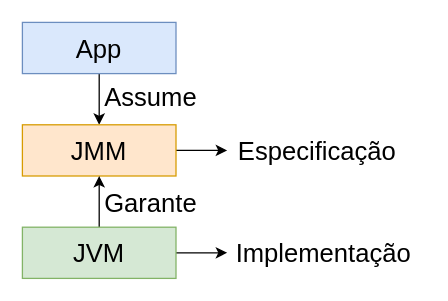
Before: page "JMM" (4 of 8) of 4th-semester/pc/docs/pc-diagrams.drawio in andre-j3sus/isel-leic-notes, a draw.io diagram. Source tidied: cells renumbered, new cells numbered last; positions are measured from the earlier drawing's top-left corner, leaving out a move shared by most shapes. Both pictures are drawn from the tidied source at 128%, with x=0, y=0 at pixel (22, 22).
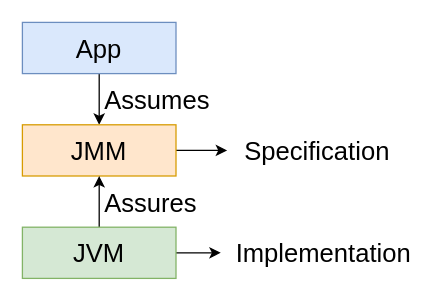
The same page after the edit.

Change to the diagram source:
```diff
@@
 <mxGraphModel>
   <root>
     <mxCell id="0" />
     <mxCell id="1" parent="0" />
     <mxCell id="2" style="edgeStyle=orthogonalEdgeStyle;rounded=0;jettySize=auto;html=1;entryX=0.5;entryY=0;entryDx=0;entryDy=0;fontSize=20;fontColor=#000000;strokeColor=#000000;" parent="1" edge="1" source="3" target="5">
       <mxGeometry relative="1" as="geometry" />
     </mxCell>
     <mxCell id="3" value="&lt;font style=&quot;font-size: 20px;&quot;&gt;App&lt;/font&gt;" style="rounded=0;whiteSpace=wrap;html=1;fontSize=14;fillColor=#dae8fc;strokeColor=#6c8ebf;" parent="1" vertex="1">
       <mxGeometry width="120" height="40" as="geometry" />
     </mxCell>
     <mxCell id="4" style="edgeStyle=orthogonalEdgeStyle;rounded=0;jettySize=auto;html=1;fontSize=20;fontColor=#000000;strokeColor=#000000;" parent="1" edge="1" source="5">
       <mxGeometry relative="1" as="geometry">
         <mxPoint x="160" y="100" as="targetPoint" />
       </mxGeometry>
     </mxCell>
     <mxCell id="5" value="&lt;font style=&quot;font-size: 20px;&quot;&gt;JMM&lt;/font&gt;" style="rounded=0;whiteSpace=wrap;html=1;fontSize=14;fillColor=#ffe6cc;strokeColor=#d79b00;" parent="1" vertex="1">
       <mxGeometry y="80" width="120" height="40" as="geometry" />
     </mxCell>
     <mxCell id="6" style="edgeStyle=orthogonalEdgeStyle;rounded=0;jettySize=auto;html=1;entryX=0.5;entryY=1;entryDx=0;entryDy=0;fontSize=20;fontColor=#000000;strokeColor=#000000;" parent="1" edge="1" source="8" target="5">
       <mxGeometry relative="1" as="geometry" />
     </mxCell>
     <mxCell id="7" style="edgeStyle=orthogonalEdgeStyle;rounded=0;jettySize=auto;html=1;fontSize=20;fontColor=#000000;strokeColor=#000000;" parent="1" edge="1" source="8" target="12">
       <mxGeometry relative="1" as="geometry" />
     </mxCell>
     <mxCell id="8" value="&lt;span style=&quot;font-size: 20px;&quot;&gt;JVM&lt;/span&gt;" style="rounded=0;whiteSpace=wrap;html=1;fontSize=14;fillColor=#d5e8d4;strokeColor=#82b366;" parent="1" vertex="1">
       <mxGeometry y="160" width="120" height="40" as="geometry" />
     </mxCell>
-    <mxCell id="9" value="Assume" style="text;html=1;align=center;verticalAlign=middle;strokeColor=none;fillColor=none;fontSize=20;fontColor=#000000;" parent="1" vertex="1">
-      <mxGeometry x="55" y="43" width="90" height="30" as="geometry" />
+    <mxCell id="9" value="Assumes" style="text;html=1;align=center;verticalAlign=middle;strokeColor=none;fillColor=none;fontSize=20;fontColor=#000000;" parent="1" vertex="1">
+      <mxGeometry x="50" y="40" width="110" height="40" as="geometry" />
     </mxCell>
-    <mxCell id="10" value="Garante" style="text;html=1;align=center;verticalAlign=middle;strokeColor=none;fillColor=none;fontSize=20;fontColor=#000000;" parent="1" vertex="1">
-      <mxGeometry x="55" y="126" width="90" height="30" as="geometry" />
+    <mxCell id="10" value="Assures" style="text;html=1;align=center;verticalAlign=middle;strokeColor=none;fillColor=none;fontSize=20;fontColor=#000000;" parent="1" vertex="1">
+      <mxGeometry x="50" y="121" width="100" height="40" as="geometry" />
     </mxCell>
-    <mxCell id="11" value="Especificação" style="text;html=1;align=center;verticalAlign=middle;strokeColor=none;fillColor=none;fontSize=20;fontColor=#000000;" parent="1" vertex="1">
-      <mxGeometry x="160" y="85" width="140" height="30" as="geometry" />
+    <mxCell id="11" value="Specification" style="text;html=1;align=center;verticalAlign=middle;strokeColor=none;fillColor=none;fontSize=20;fontColor=#000000;" parent="1" vertex="1">
+      <mxGeometry x="160" y="80" width="140" height="40" as="geometry" />
     </mxCell>
-    <mxCell id="12" value="Implementação" style="text;html=1;align=center;verticalAlign=middle;points=[];strokeColor=none;fillColor=none;fontSize=20;fontColor=#000000;" parent="1" vertex="1">
-      <mxGeometry x="160" y="165" width="150" height="30" as="geometry" />
+    <mxCell id="12" value="Implementation" style="text;html=1;align=center;verticalAlign=middle;points=[];strokeColor=none;fillColor=none;fontSize=20;fontColor=#000000;" parent="1" vertex="1">
+      <mxGeometry x="155" y="160" width="160" height="40" as="geometry" />
     </mxCell>
   </root>
 </mxGraphModel>
```
